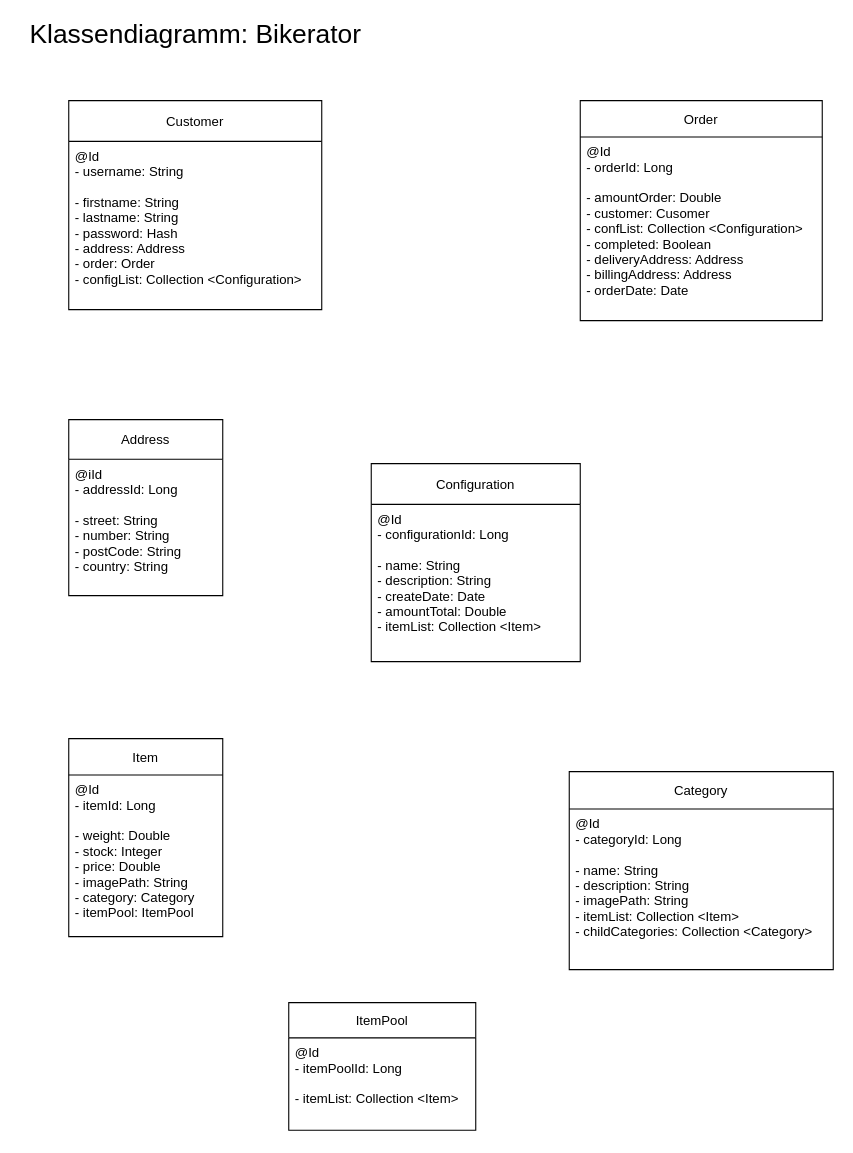
grj46992/bikerator keeps this draw.io diagram as page "Page-3" (3 of 3) of bikerator.drawio. Above is the earlier version. Source tidied: cells renumbered, new cells numbered last; positions are measured from the earlier drawing's top-left corner, leaving out a move shared by most shapes. Both pictures are drawn from the tidied source at 110%, with x=0, y=0 at pixel (19, 23).
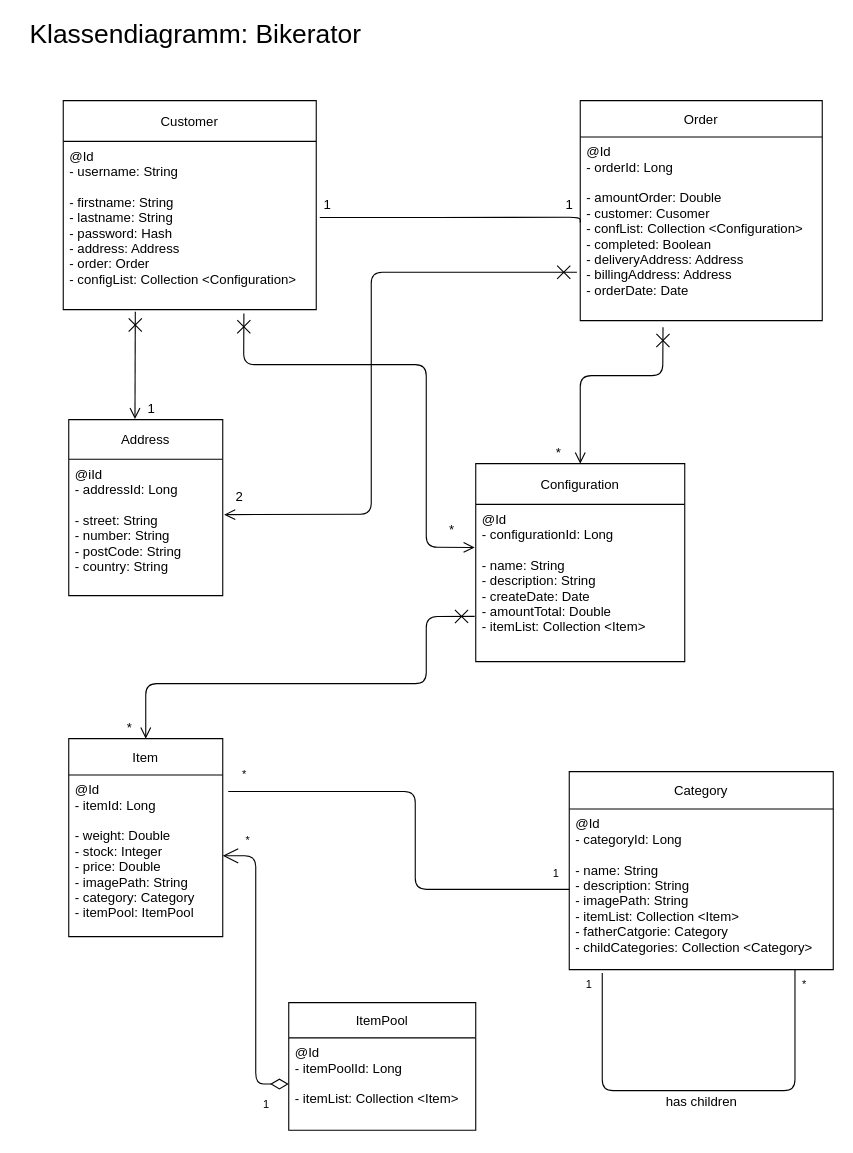
After the change.

Unchanged cells that the change refers to:
```xml
<mxCell id="3" value="@Id&#10;- orderId: Long&#10;&#10;- amountOrder: Double&#10;- customer: Cusomer&#10;- confList: Collection &lt;Configuration&gt;&#10;- completed: Boolean&#10;- deliveryAddress: Address&#10;- billingAddress: Address&#10;- orderDate: Date" style="text;strokeColor=none;fillColor=none;align=left;verticalAlign=top;spacingLeft=4;spacingRight=4;overflow=hidden;points=[[0,0.5],[1,0.5]];portConstraint=eastwest;" parent="2" vertex="1">
  <mxGeometry y="33" width="220" height="167" as="geometry" />
</mxCell>
<mxCell id="5" value="@iId&#10;- addressId: Long&#10;&#10;- street: String&#10;- number: String&#10;- postCode: String&#10;- country: String" style="text;strokeColor=none;fillColor=none;align=left;verticalAlign=top;spacingLeft=4;spacingRight=4;overflow=hidden;points=[[0,0.5],[1,0.5]];portConstraint=eastwest;" parent="4" vertex="1">
  <mxGeometry y="36" width="140" height="124" as="geometry" />
</mxCell>
<mxCell id="6" value="Category" style="swimlane;fontStyle=0;horizontal=1;startSize=34;fillColor=none;" parent="1" vertex="1">
  <mxGeometry x="500" y="680" width="240" height="180" as="geometry" />
</mxCell>
<mxCell id="9" value="@Id&#10;- configurationId: Long&#10;&#10;- name: String&#10;- description: String&#10;- createDate: Date&#10;- amountTotal: Double&#10;- itemList: Collection &lt;Item&gt;" style="text;strokeColor=none;fillColor=none;align=left;verticalAlign=top;spacingLeft=4;spacingRight=4;overflow=hidden;points=[[0,0.5],[1,0.5]];portConstraint=eastwest;" parent="8" vertex="1">
  <mxGeometry y="37" width="190" height="143" as="geometry" />
</mxCell>
<mxCell id="11" value="@Id&#10;- itemPoolId: Long&#10;&#10;- itemList: Collection &lt;Item&gt;" style="text;strokeColor=none;fillColor=none;align=left;verticalAlign=top;spacingLeft=4;spacingRight=4;overflow=hidden;points=[[0,0.5],[1,0.5]];portConstraint=eastwest;" parent="10" vertex="1">
  <mxGeometry y="32" width="170" height="84" as="geometry" />
</mxCell>
<mxCell id="13" value="@Id&#10;- username: String&#10;&#10;- firstname: String&#10;- lastname: String&#10;- password: Hash&#10;- address: Address&#10;- order: Order&#10;- configList: Collection &lt;Configuration&gt;" style="text;strokeColor=none;fillColor=none;align=left;verticalAlign=top;spacingLeft=4;spacingRight=4;overflow=hidden;points=[[0,0.5],[1,0.5]];portConstraint=eastwest;" parent="12" vertex="1">
  <mxGeometry y="37" width="230" height="153" as="geometry" />
</mxCell>
<mxCell id="14" value="Item" style="swimlane;fontStyle=0;horizontal=1;startSize=33;fillColor=none;" parent="1" vertex="1">
  <mxGeometry x="45" y="650" width="140" height="180" as="geometry" />
</mxCell>
<mxCell id="15" value="@Id&#10;- itemId: Long&#10;&#10;- weight: Double&#10;- stock: Integer&#10;- price: Double&#10;- imagePath: String&#10;- category: Category&#10;- itemPool: ItemPool" style="text;strokeColor=none;fillColor=none;align=left;verticalAlign=top;spacingLeft=4;spacingRight=4;overflow=hidden;points=[[0,0.5],[1,0.5]];portConstraint=eastwest;" parent="14" vertex="1">
  <mxGeometry y="33" width="140" height="147" as="geometry" />
</mxCell>
```

What changed in the source:
```diff
@@
-    <mxCell id="7" value="@Id&#10;- categoryId: Long&#10;&#10;- name: String&#10;- description: String&#10;- imagePath: String&#10;- itemList: Collection &lt;Item&gt;&#10;- childCategories: Collection &lt;Category&gt;" style="text;strokeColor=none;fillColor=none;align=left;verticalAlign=top;spacingLeft=4;spacingRight=4;overflow=hidden;points=[[0,0.5],[1,0.5]];portConstraint=eastwest;" parent="6" vertex="1">
+    <mxCell id="7" value="@Id&#10;- categoryId: Long&#10;&#10;- name: String&#10;- description: String&#10;- imagePath: String&#10;- itemList: Collection &lt;Item&gt;&#10;- fatherCatgorie: Category&#10;- childCategories: Collection &lt;Category&gt;" style="text;strokeColor=none;fillColor=none;align=left;verticalAlign=top;spacingLeft=4;spacingRight=4;overflow=hidden;points=[[0,0.5],[1,0.5]];portConstraint=eastwest;" parent="6" vertex="1">
       <mxGeometry y="34" width="240" height="146" as="geometry" />
     </mxCell>
+    <mxCell id="17" style="endArrow=none;html=1;edgeStyle=orthogonalEdgeStyle;exitX=0.855;exitY=1;exitDx=0;exitDy=0;exitPerimeter=0;" parent="6" edge="1" source="7">
+      <mxGeometry relative="1" as="geometry">
+        <mxPoint x="30" y="183" as="targetPoint" />
+        <Array as="points">
+          <mxPoint x="205" y="290" />
+          <mxPoint x="30" y="290" />
+        </Array>
+      </mxGeometry>
+    </mxCell>
+    <mxCell id="18" value="*" style="html=1;align=left;verticalAlign=bottom;labelBackgroundColor=#ffffff;fontSize=10;" parent="17" vertex="1">
+      <mxGeometry x="-1" relative="1" as="geometry">
+        <mxPoint x="4.5" y="20.5" as="offset" />
+      </mxGeometry>
+    </mxCell>
+    <mxCell id="19" value="1" style="html=1;align=right;verticalAlign=bottom;labelBackgroundColor=#ffffff;fontSize=10;" parent="17" vertex="1">
+      <mxGeometry x="1" relative="1" as="geometry">
+        <mxPoint x="-9.5" y="17.5" as="offset" />
+      </mxGeometry>
+    </mxCell>
     <mxCell id="8" value="Configuration" style="swimlane;fontStyle=0;horizontal=1;startSize=37;fillColor=none;" parent="1" vertex="1">
-      <mxGeometry x="320" y="400" width="190" height="180" as="geometry" />
+      <mxGeometry x="415" y="400" width="190" height="180" as="geometry" />
     </mxCell>
@@
     <mxCell id="12" value="Customer" style="swimlane;fontStyle=0;horizontal=1;startSize=37;fillColor=none;" parent="1" vertex="1">
-      <mxGeometry x="45" y="70" width="230" height="190" as="geometry" />
+      <mxGeometry x="40" y="70" width="230" height="190" as="geometry" />
     </mxCell>
@@
+    <mxCell id="20" style="endArrow=open;html=1;endSize=12;startArrow=diamondThin;startSize=14;startFill=0;edgeStyle=orthogonalEdgeStyle;" parent="1" edge="1" source="11" target="15">
+      <mxGeometry relative="1" as="geometry" />
+    </mxCell>
+    <mxCell id="21" value="1" style="html=1;align=left;verticalAlign=top;labelBackgroundColor=#ffffff;fontSize=10;" parent="20" vertex="1">
+      <mxGeometry x="-1" relative="1" as="geometry">
+        <mxPoint x="-25" y="6" as="offset" />
+      </mxGeometry>
+    </mxCell>
+    <mxCell id="22" value="*" style="html=1;align=right;verticalAlign=top;labelBackgroundColor=#ffffff;fontSize=10;" parent="20" vertex="1">
+      <mxGeometry x="1" relative="1" as="geometry">
+        <mxPoint x="25" y="-27" as="offset" />
+      </mxGeometry>
+    </mxCell>
+    <mxCell id="23" style="endArrow=open;startArrow=cross;endFill=0;startFill=0;endSize=8;startSize=10;html=1;entryX=0.419;entryY=-0.003;entryDx=0;entryDy=0;entryPerimeter=0;" parent="1" edge="1">
+      <mxGeometry relative="1" as="geometry">
+        <mxPoint x="105.5" y="262" as="sourcePoint" />
+        <mxPoint x="105.2" y="359.5" as="targetPoint" />
+      </mxGeometry>
+    </mxCell>
+    <mxCell id="24" value="has children" style="text;html=1;align=center;verticalAlign=middle;" parent="1" vertex="1">
+      <mxGeometry x="580" y="970" width="80" height="20" as="geometry" />
+    </mxCell>
+    <mxCell id="25" value="1" style="text;html=1;align=center;verticalAlign=middle;" parent="1" vertex="1">
+      <mxGeometry x="110" y="340" width="20" height="20" as="geometry" />
+    </mxCell>
+    <mxCell id="26" style="endArrow=none;html=1;edgeStyle=orthogonalEdgeStyle;entryX=0;entryY=0.5;entryDx=0;entryDy=0;" parent="1" edge="1" target="7">
+      <mxGeometry relative="1" as="geometry">
+        <mxPoint x="190" y="698" as="sourcePoint" />
+        <Array as="points">
+          <mxPoint x="360" y="698" />
+          <mxPoint x="360" y="787" />
+        </Array>
+      </mxGeometry>
+    </mxCell>
+    <mxCell id="27" value="*" style="html=1;align=left;verticalAlign=bottom;labelBackgroundColor=#ffffff;fontSize=10;" parent="26" vertex="1">
+      <mxGeometry x="-1" relative="1" as="geometry">
+        <mxPoint x="10.5" y="-8.5" as="offset" />
+      </mxGeometry>
+    </mxCell>
+    <mxCell id="28" value="1" style="html=1;align=right;verticalAlign=bottom;labelBackgroundColor=#ffffff;fontSize=10;" parent="26" vertex="1">
+      <mxGeometry x="1" relative="1" as="geometry">
+        <mxPoint x="-9.5" y="-7" as="offset" />
+      </mxGeometry>
+    </mxCell>
+    <mxCell id="29" style="endArrow=open;startArrow=cross;endFill=0;startFill=0;endSize=8;startSize=10;html=1;entryX=0.5;entryY=0;entryDx=0;entryDy=0;exitX=-0.005;exitY=0.712;exitDx=0;exitDy=0;exitPerimeter=0;" parent="1" edge="1" source="9" target="14">
+      <mxGeometry relative="1" as="geometry">
+        <Array as="points">
+          <mxPoint x="370" y="539" />
+          <mxPoint x="370" y="600" />
+          <mxPoint x="115" y="600" />
+        </Array>
+      </mxGeometry>
+    </mxCell>
+    <mxCell id="30" value="*" style="text;html=1;align=center;verticalAlign=middle;" parent="1" vertex="1">
+      <mxGeometry x="90" y="630" width="20" height="20" as="geometry" />
+    </mxCell>
+    <mxCell id="31" style="endArrow=open;startArrow=cross;endFill=0;startFill=0;endSize=8;startSize=10;html=1;entryX=0.5;entryY=0;entryDx=0;entryDy=0;exitX=0.342;exitY=1.036;exitDx=0;exitDy=0;exitPerimeter=0;" parent="1" edge="1" source="3" target="8">
+      <mxGeometry relative="1" as="geometry">
+        <Array as="points">
+          <mxPoint x="585" y="320" />
+          <mxPoint x="510" y="320" />
+        </Array>
+      </mxGeometry>
+    </mxCell>
+    <mxCell id="32" value="*" style="text;html=1;align=center;verticalAlign=middle;" parent="1" vertex="1">
+      <mxGeometry x="480" y="380" width="20" height="20" as="geometry" />
+    </mxCell>
+    <mxCell id="33" value="1" style="text;html=1;align=center;verticalAlign=middle;" parent="1" vertex="1">
+      <mxGeometry x="270" y="155" width="20" height="20" as="geometry" />
+    </mxCell>
+    <mxCell id="34" value="1" style="text;html=1;align=center;verticalAlign=middle;" parent="1" vertex="1">
+      <mxGeometry x="490" y="155" width="20" height="20" as="geometry" />
+    </mxCell>
+    <mxCell id="35" style="endArrow=none;html=1;edgeStyle=orthogonalEdgeStyle;exitX=1.014;exitY=0.452;exitDx=0;exitDy=0;exitPerimeter=0;entryX=0;entryY=0.465;entryDx=0;entryDy=0;entryPerimeter=0;" parent="1" edge="1" source="13" target="3">
+      <mxGeometry relative="1" as="geometry">
+        <Array as="points">
+          <mxPoint x="370" y="176" />
+          <mxPoint x="370" y="176" />
+        </Array>
+      </mxGeometry>
+    </mxCell>
+    <mxCell id="36" style="endArrow=open;startArrow=cross;endFill=0;startFill=0;endSize=8;startSize=10;html=1;exitX=0.714;exitY=1.023;exitDx=0;exitDy=0;exitPerimeter=0;entryX=-0.005;entryY=0.274;entryDx=0;entryDy=0;entryPerimeter=0;" parent="1" edge="1" source="13" target="9">
+      <mxGeometry relative="1" as="geometry">
+        <Array as="points">
+          <mxPoint x="204" y="310" />
+          <mxPoint x="370" y="310" />
+          <mxPoint x="370" y="476" />
+        </Array>
+      </mxGeometry>
+    </mxCell>
+    <mxCell id="37" value="*" style="text;html=1;align=center;verticalAlign=middle;" parent="1" vertex="1">
+      <mxGeometry x="382.5" y="450" width="20" height="20" as="geometry" />
+    </mxCell>
+    <mxCell id="38" style="endArrow=open;startArrow=cross;endFill=0;startFill=0;endSize=8;startSize=10;html=1;entryX=1.009;entryY=0.406;entryDx=0;entryDy=0;entryPerimeter=0;" parent="1" edge="1" target="5">
+      <mxGeometry relative="1" as="geometry">
+        <mxPoint x="507" y="226" as="sourcePoint" />
+        <Array as="points">
+          <mxPoint x="320" y="226" />
+          <mxPoint x="320" y="446" />
+        </Array>
+      </mxGeometry>
+    </mxCell>
+    <mxCell id="39" value="2" style="text;html=1;align=center;verticalAlign=middle;" parent="1" vertex="1">
+      <mxGeometry x="190" y="420" width="20" height="20" as="geometry" />
+    </mxCell>
```
